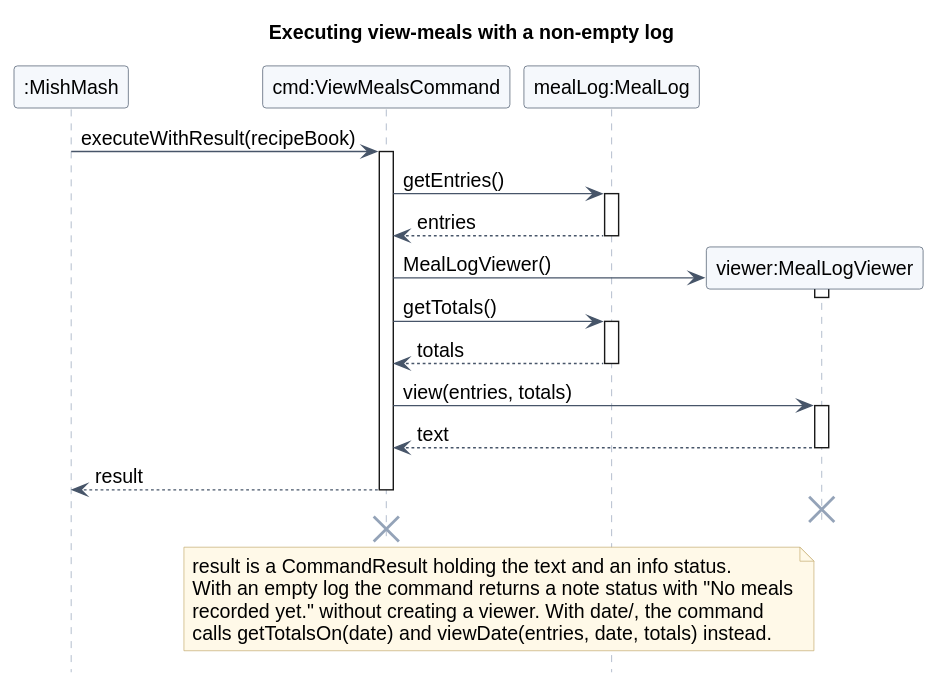
The PlantUML diagram docs/images/record-meal/view-meals.svg in Rixte/tp, before a commit.
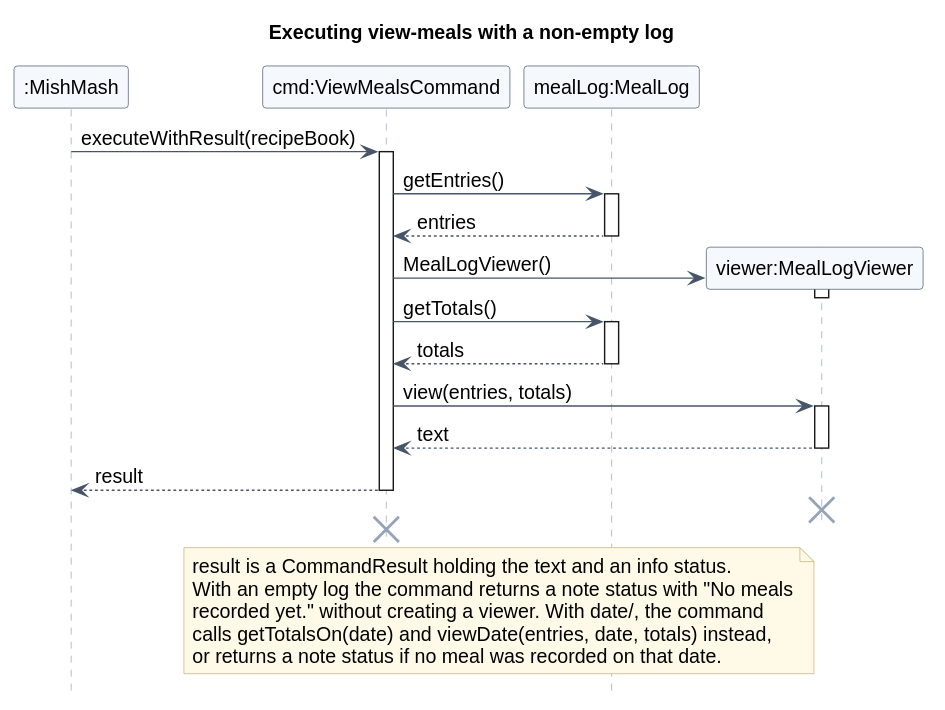
Later version of the same file.

Commit message:
docs: align meal-recording diagrams with the implementation

The edit, as a diff of the source:
```diff
@@ -36,6 +36,7 @@
   result is a CommandResult holding the text and an info status.
   With an empty log the command returns a note status with "No meals
   recorded yet." without creating a viewer. With date/, the command
-  calls getTotalsOn(date) and viewDate(entries, date, totals) instead.
+  calls getTotalsOn(date) and viewDate(entries, date, totals) instead,
+  or returns a note status if no meal was recorded on that date.
 end note
 @enduml
```
